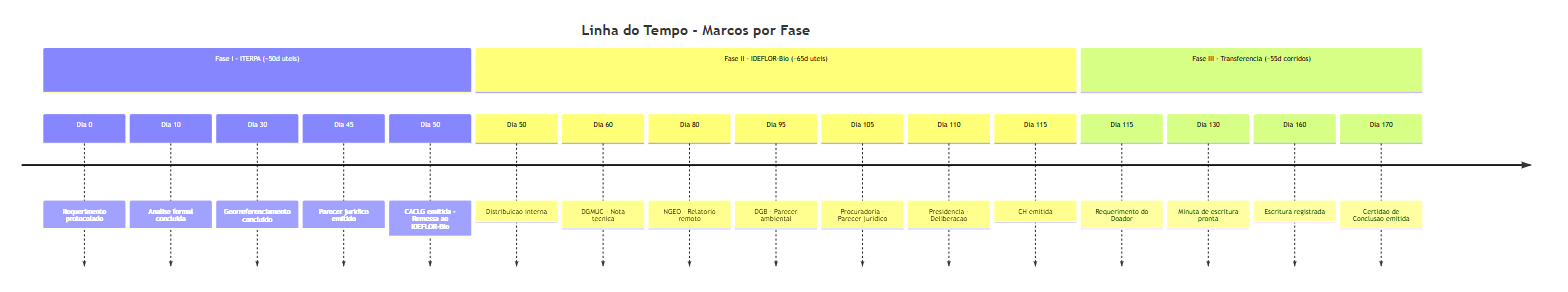
Earlier version of the Mermaid export docs/07-prazos/imagens/02-timeline-marcos.png (NGEO-IDEFLOR-Bio/certFundiaria-uces-pa). Its source is kept beside it as docs/07-prazos/imagens/02-timeline-marcos.mmd.
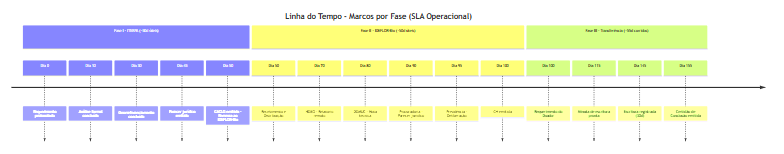
After the commit.

What changed in the source:
```diff
@@ -1,21 +1,20 @@
 timeline
-    title Linha do Tempo - Marcos por Fase
-    section Fase I - ITERPA (~50d uteis)
+    title Linha do Tempo - Marcos por Fase (SLA Operacional)
+    section Fase I - ITERPA (~50d úteis)
         Dia 0 : Requerimento protocolado
-        Dia 10 : Analise formal concluida
-        Dia 30 : Georreferenciamento concluido
-        Dia 45 : Parecer juridico emitido
+        Dia 10 : Análise formal concluída
+        Dia 30 : Georreferenciamento concluído
+        Dia 45 : Parecer jurídico emitido
         Dia 50 : CACLG emitida - Remessa ao IDEFLOR-Bio
-    section Fase II - IDEFLOR-Bio (~65d uteis)
-        Dia 50 : Distribuicao interna
-        Dia 60 : DGMUC - Nota tecnica
-        Dia 80 : NGEO - Relatorio remoto
-        Dia 95 : DGB - Parecer ambiental
-        Dia 105 : Procuradoria - Parecer juridico
-        Dia 110 : Presidencia - Deliberacao
-        Dia 115 : CH emitida
-    section Fase III - Transferencia (~55d corridos)
-        Dia 115 : Requerimento do Doador
-        Dia 130 : Minuta de escritura pronta
-        Dia 160 : Escritura registrada
-        Dia 170 : Certidao de Conclusao emitida
+    section Fase II - IDEFLOR-Bio (~50d úteis)
+        Dia 50 : Recebimento e Distribuição
+        Dia 70 : NGEO - Relatório remoto
+        Dia 80 : DGMUC - Nota técnica
+        Dia 90 : Procuradoria - Parecer jurídico
+        Dia 95 : Presidência - Deliberação
+        Dia 100 : CH emitida
+    section Fase III - Transferência (~55d corridos)
+        Dia 100 : Requerimento do Doador
+        Dia 115 : Minuta de escritura pronta
+        Dia 145 : Escritura registrada (30d)
+        Dia 155 : Certidão de Conclusão emitida
```
